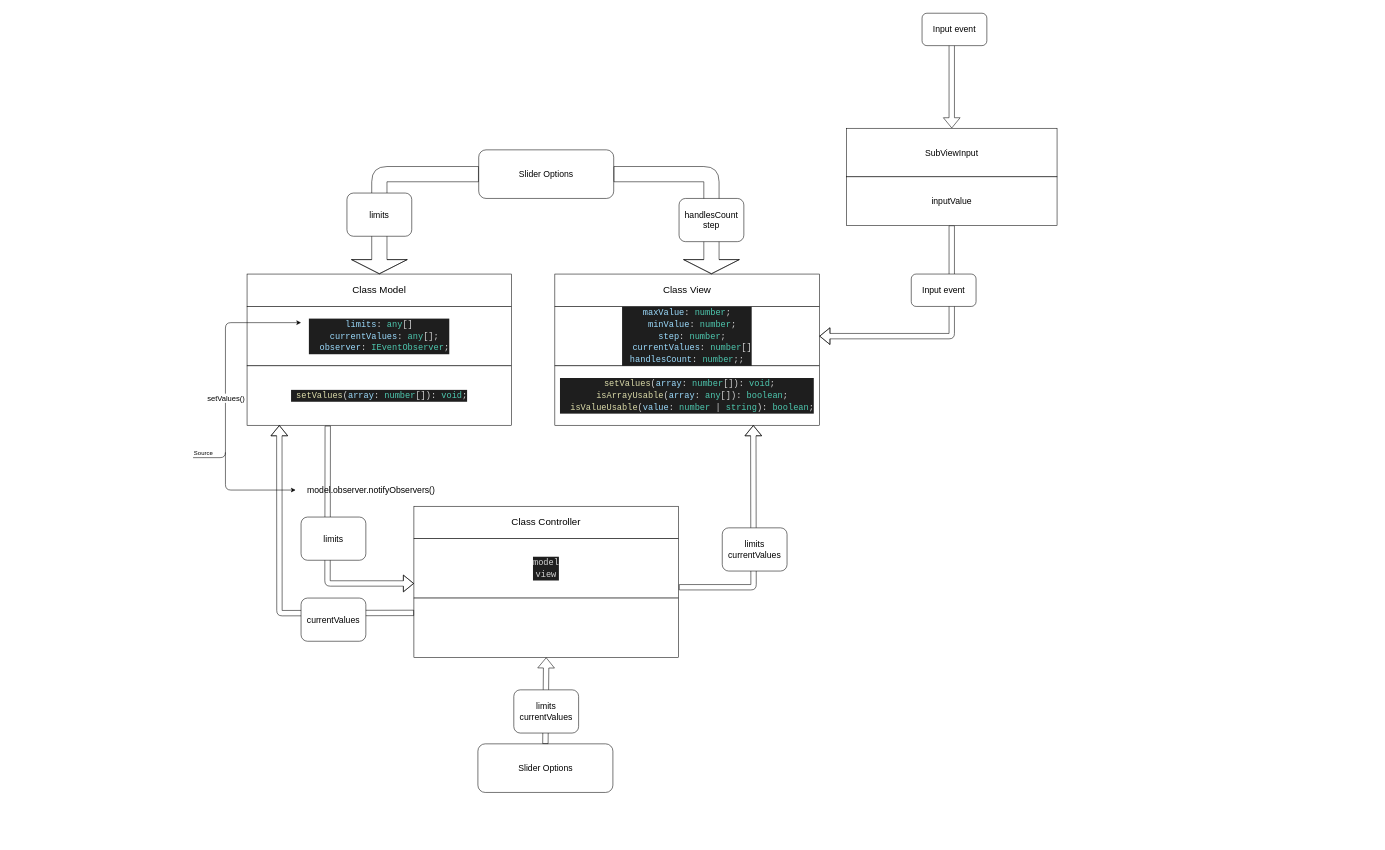
The draw.io diagram Untitled Diagram.drawio in yagavrin/toxin, before the edit. Source tidied: cells renumbered, new cells numbered last; positions are measured from the earlier drawing's top-left corner, leaving out a move shared by most shapes. Both pictures are drawn from the tidied source at 54%, with x=0, y=0 at pixel (193, 13).
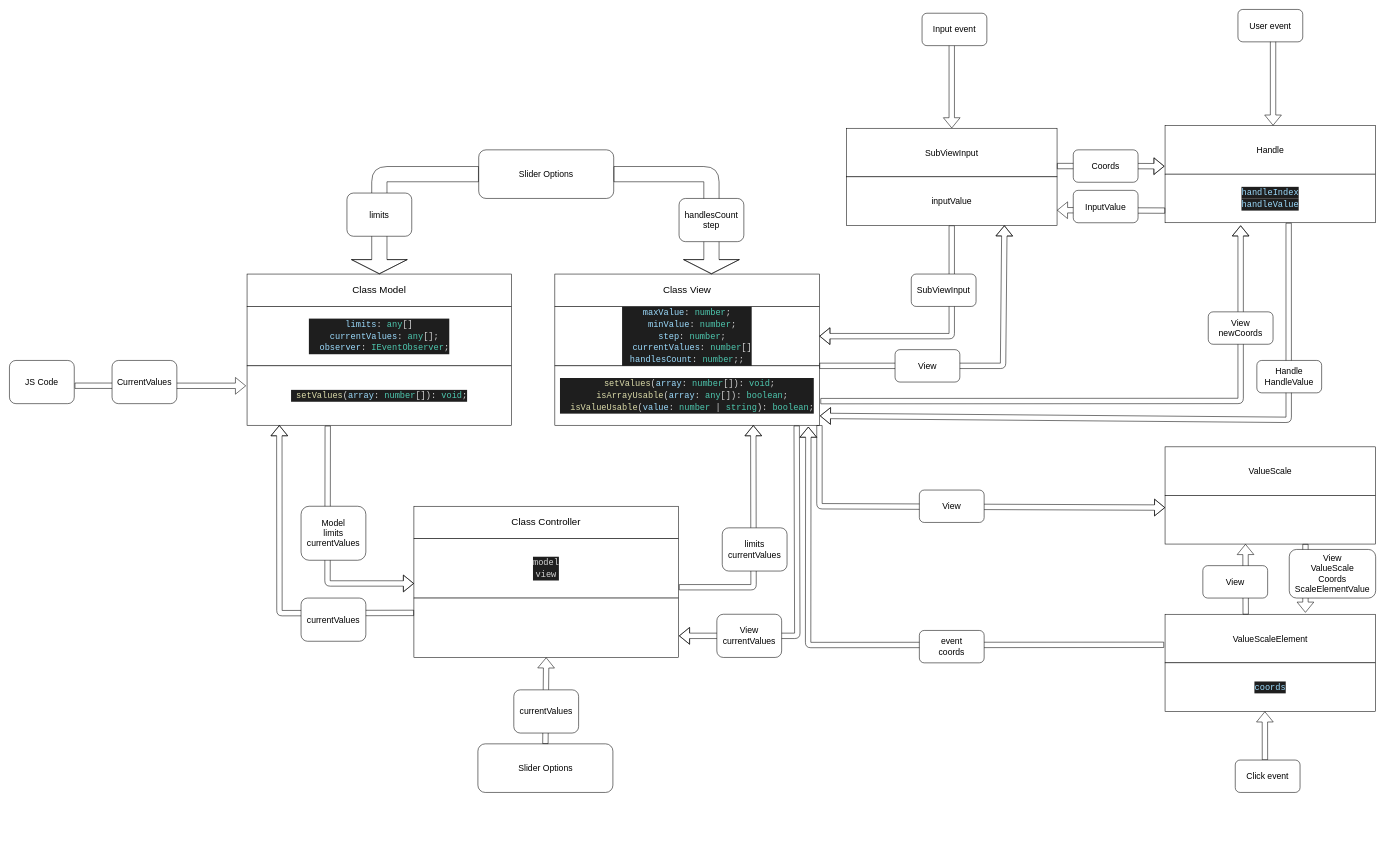
Above is the later version.

Commit message:
Update UML diagram

The change refers to these unchanged cells:
```xml
<mxCell id="2" style="group;" parent="1" vertex="1">
  <mxGeometry x="100" y="483" width="490" height="280" as="geometry" />
</mxCell>
<mxCell id="14" value="&lt;div style=&quot;color: rgb(212 , 212 , 212) ; background-color: rgb(30 , 30 , 30) ; font-family: &amp;#34;consolas&amp;#34; , &amp;#34;courier new&amp;#34; , monospace ; font-size: 16px ; line-height: 22px&quot;&gt;&lt;div&gt;&amp;nbsp;&lt;span style=&quot;color: #dcdcaa&quot;&gt;setValues&lt;/span&gt;(&lt;span style=&quot;color: #9cdcfe&quot;&gt;array&lt;/span&gt;:&amp;nbsp;&lt;span style=&quot;color: #4ec9b0&quot;&gt;number&lt;/span&gt;[]):&amp;nbsp;&lt;span style=&quot;color: #4ec9b0&quot;&gt;void&lt;/span&gt;;&lt;/div&gt;&lt;div&gt;&amp;nbsp;&amp;nbsp;&lt;span style=&quot;color: #dcdcaa&quot;&gt;isArrayUsable&lt;/span&gt;(&lt;span style=&quot;color: #9cdcfe&quot;&gt;array&lt;/span&gt;:&amp;nbsp;&lt;span style=&quot;color: #4ec9b0&quot;&gt;any&lt;/span&gt;[]):&amp;nbsp;&lt;span style=&quot;color: #4ec9b0&quot;&gt;boolean&lt;/span&gt;;&lt;/div&gt;&lt;div&gt;&amp;nbsp;&amp;nbsp;&lt;span style=&quot;color: #dcdcaa&quot;&gt;isValueUsable&lt;/span&gt;(&lt;span style=&quot;color: #9cdcfe&quot;&gt;value&lt;/span&gt;:&amp;nbsp;&lt;span style=&quot;color: #4ec9b0&quot;&gt;number&lt;/span&gt;&amp;nbsp;|&amp;nbsp;&lt;span style=&quot;color: #4ec9b0&quot;&gt;string&lt;/span&gt;):&amp;nbsp;&lt;span style=&quot;color: #4ec9b0&quot;&gt;boolean&lt;/span&gt;;&lt;/div&gt;&lt;/div&gt;" style="rounded=0;whiteSpace=wrap;html=1;" parent="11" vertex="1">
  <mxGeometry y="170" width="490" height="110" as="geometry" />
</mxCell>
<mxCell id="39" value="inputValue" style="rounded=0;whiteSpace=wrap;html=1;fontSize=16;" parent="37" vertex="1">
  <mxGeometry y="90" width="390" height="90" as="geometry" />
</mxCell>
```

The edit, as a diff of the source:
```diff
@@
-    <mxCell id="6" style="endArrow=classic;html=1;" parent="2" edge="1">
-      <mxGeometry relative="1" as="geometry">
-        <mxPoint x="-100" y="340" as="sourcePoint" />
-        <mxPoint x="100" y="90" as="targetPoint" />
-        <Array as="points">
-          <mxPoint x="-40" y="340" />
-          <mxPoint x="-40" y="90" />
-        </Array>
-      </mxGeometry>
-    </mxCell>
-    <mxCell id="7" value="setValues()" style="edgeLabel;html=1;align=center;verticalAlign=middle;fontSize=14;" parent="6" vertex="1">
-      <mxGeometry relative="1" as="geometry">
-        <mxPoint y="54.7" as="offset" />
-      </mxGeometry>
-    </mxCell>
-    <mxCell id="8" value="Source" style="edgeLabel;html=1;align=left;verticalAlign=bottom;" parent="6" vertex="1">
-      <mxGeometry x="-1" relative="1" as="geometry" />
-    </mxCell>
-    <mxCell id="9" style="endArrow=classic;html=1;fontSize=14;" parent="1" edge="1">
-      <mxGeometry relative="1" as="geometry">
-        <mxPoint x="60" y="813" as="sourcePoint" />
-        <mxPoint x="190" y="883" as="targetPoint" />
-        <Array as="points">
-          <mxPoint x="60" y="883" />
-        </Array>
-      </mxGeometry>
-    </mxCell>
-    <mxCell id="10" value="model.observer.notifyObservers()" style="text;html=1;strokeColor=none;fillColor=none;align=center;verticalAlign=middle;whiteSpace=wrap;rounded=0;fontSize=16;" parent="1" vertex="1">
-      <mxGeometry x="200" y="873" width="260" height="20" as="geometry" />
-    </mxCell>
@@
-    <mxCell id="27" value="limits&lt;br&gt;currentValues" style="rounded=1;whiteSpace=wrap;html=1;fontSize=16;" parent="1" vertex="1">
+    <mxCell id="27" value="currentValues" style="rounded=1;whiteSpace=wrap;html=1;fontSize=16;" parent="1" vertex="1">
       <mxGeometry x="594" y="1253" width="120" height="80" as="geometry" />
     </mxCell>
@@
-    <mxCell id="29" value="limits" style="rounded=1;whiteSpace=wrap;html=1;fontSize=16;" parent="1" vertex="1">
-      <mxGeometry x="200" y="933" width="120" height="80" as="geometry" />
+    <mxCell id="29" value="Model&lt;br&gt;limits&lt;br&gt;currentValues" style="rounded=1;whiteSpace=wrap;html=1;fontSize=16;" parent="1" vertex="1">
+      <mxGeometry x="200" y="913" width="120" height="100" as="geometry" />
     </mxCell>
@@
-    <mxCell id="40" value="Input event" style="rounded=1;whiteSpace=wrap;html=1;fontSize=16;" parent="1" vertex="1">
+    <mxCell id="40" value="SubViewInput" style="rounded=1;whiteSpace=wrap;html=1;fontSize=16;" parent="1" vertex="1">
       <mxGeometry x="1330" y="483" width="120" height="60" as="geometry" />
     </mxCell>
+    <mxCell id="41" style="shape=flexArrow;endArrow=classic;html=1;exitX=1;exitY=0;exitDx=0;exitDy=0;entryX=0.75;entryY=1;entryDx=0;entryDy=0;" parent="1" edge="1" source="14" target="39">
+      <mxGeometry relative="1" as="geometry">
+        <Array as="points">
+          <mxPoint x="1500" y="653" />
+        </Array>
+      </mxGeometry>
+    </mxCell>
+    <mxCell id="42" value="View" style="rounded=1;whiteSpace=wrap;html=1;fontSize=16;" parent="1" vertex="1">
+      <mxGeometry x="1300" y="623" width="120" height="60" as="geometry" />
+    </mxCell>
+    <mxCell id="43" style="group;" parent="1" vertex="1">
+      <mxGeometry x="1800" y="208" width="390" height="180" as="geometry" />
+    </mxCell>
+    <mxCell id="44" value="Handle" style="rounded=0;whiteSpace=wrap;html=1;fontSize=16;" parent="43" vertex="1">
+      <mxGeometry width="390" height="90" as="geometry" />
+    </mxCell>
+    <mxCell id="45" value="&lt;div style=&quot;color: rgb(212 , 212 , 212) ; background-color: rgb(30 , 30 , 30) ; font-family: &amp;#34;consolas&amp;#34; , &amp;#34;courier new&amp;#34; , monospace ; line-height: 22px&quot;&gt;&lt;span style=&quot;color: #9cdcfe&quot;&gt;handleIndex&lt;/span&gt;&lt;/div&gt;&lt;div style=&quot;color: rgb(212 , 212 , 212) ; background-color: rgb(30 , 30 , 30) ; font-family: &amp;#34;consolas&amp;#34; , &amp;#34;courier new&amp;#34; , monospace ; line-height: 22px&quot;&gt;&lt;div style=&quot;font-family: &amp;#34;consolas&amp;#34; , &amp;#34;courier new&amp;#34; , monospace ; line-height: 22px&quot;&gt;&lt;span style=&quot;color: #9cdcfe&quot;&gt;handleValue&lt;/span&gt;&lt;/div&gt;&lt;/div&gt;" style="rounded=0;whiteSpace=wrap;html=1;fontSize=16;" parent="43" vertex="1">
+      <mxGeometry y="90" width="390" height="90" as="geometry" />
+    </mxCell>
+    <mxCell id="46" style="shape=flexArrow;endArrow=classic;html=1;entryX=-0.003;entryY=0.837;entryDx=0;entryDy=0;entryPerimeter=0;" parent="1" edge="1" target="44">
+      <mxGeometry relative="1" as="geometry">
+        <mxPoint x="1600" y="283" as="sourcePoint" />
+        <Array as="points">
+          <mxPoint x="1720" y="283" />
+        </Array>
+      </mxGeometry>
+    </mxCell>
+    <mxCell id="47" value="Coords" style="rounded=1;whiteSpace=wrap;html=1;fontSize=16;" parent="1" vertex="1">
+      <mxGeometry x="1630" y="253" width="120" height="60" as="geometry" />
+    </mxCell>
+    <mxCell id="48" style="shape=flexArrow;endArrow=classic;html=1;entryX=1;entryY=0.686;entryDx=0;entryDy=0;entryPerimeter=0;exitX=0;exitY=0.75;exitDx=0;exitDy=0;" parent="1" edge="1" source="45" target="39">
+      <mxGeometry relative="1" as="geometry" />
+    </mxCell>
+    <mxCell id="49" value="InputValue" style="rounded=1;whiteSpace=wrap;html=1;fontSize=16;" parent="1" vertex="1">
+      <mxGeometry x="1630" y="328" width="120" height="60" as="geometry" />
+    </mxCell>
+    <mxCell id="50" style="shape=flexArrow;endArrow=classic;html=1;exitX=1.004;exitY=0.594;exitDx=0;exitDy=0;exitPerimeter=0;" parent="1" edge="1" source="14">
+      <mxGeometry relative="1" as="geometry">
+        <mxPoint x="1940" y="393" as="targetPoint" />
+        <Array as="points">
+          <mxPoint x="1940" y="718" />
+        </Array>
+      </mxGeometry>
+    </mxCell>
+    <mxCell id="51" style="shape=flexArrow;endArrow=classic;html=1;entryX=1.002;entryY=0.842;entryDx=0;entryDy=0;entryPerimeter=0;exitX=0.587;exitY=1.004;exitDx=0;exitDy=0;exitPerimeter=0;" parent="1" edge="1" source="45" target="14">
+      <mxGeometry relative="1" as="geometry">
+        <Array as="points">
+          <mxPoint x="2029" y="753" />
+        </Array>
+      </mxGeometry>
+    </mxCell>
+    <mxCell id="52" value="Handle&lt;br&gt;HandleValue" style="rounded=1;whiteSpace=wrap;html=1;fontSize=16;" parent="1" vertex="1">
+      <mxGeometry x="1970" y="643" width="120" height="60" as="geometry" />
+    </mxCell>
+    <mxCell id="53" value="View&lt;br&gt;newCoords" style="rounded=1;whiteSpace=wrap;html=1;fontSize=16;" parent="1" vertex="1">
+      <mxGeometry x="1880" y="553" width="120" height="60" as="geometry" />
+    </mxCell>
+    <mxCell id="54" style="shape=flexArrow;endArrow=classic;html=1;fontSize=16;" parent="1" edge="1">
+      <mxGeometry relative="1" as="geometry">
+        <mxPoint x="2000" y="48" as="sourcePoint" />
+        <mxPoint x="2000" y="208" as="targetPoint" />
+      </mxGeometry>
+    </mxCell>
+    <mxCell id="55" value="User event" style="rounded=1;whiteSpace=wrap;html=1;fontSize=16;" parent="1" vertex="1">
+      <mxGeometry x="1935" y="-7" width="120" height="60" as="geometry" />
+    </mxCell>
+    <mxCell id="56" style="shape=flexArrow;endArrow=classic;html=1;exitX=0.914;exitY=1.007;exitDx=0;exitDy=0;exitPerimeter=0;" parent="1" edge="1" source="14">
+      <mxGeometry relative="1" as="geometry">
+        <mxPoint x="900" y="1153" as="targetPoint" />
+        <Array as="points">
+          <mxPoint x="1119" y="1153" />
+        </Array>
+      </mxGeometry>
+    </mxCell>
+    <mxCell id="57" value="View&lt;br&gt;currentValues" style="rounded=1;whiteSpace=wrap;html=1;fontSize=16;" parent="1" vertex="1">
+      <mxGeometry x="970" y="1113" width="120" height="80" as="geometry" />
+    </mxCell>
+    <mxCell id="58" style="group;" parent="1" vertex="1">
+      <mxGeometry x="1800" y="803" width="390" height="180" as="geometry" />
+    </mxCell>
+    <mxCell id="59" value="ValueScale" style="rounded=0;whiteSpace=wrap;html=1;fontSize=16;" parent="58" vertex="1">
+      <mxGeometry width="390" height="90" as="geometry" />
+    </mxCell>
+    <mxCell id="60" value="&lt;div style=&quot;color: rgb(212 , 212 , 212) ; background-color: rgb(30 , 30 , 30) ; font-family: &amp;#34;consolas&amp;#34; , &amp;#34;courier new&amp;#34; , monospace ; line-height: 22px&quot;&gt;&lt;br&gt;&lt;/div&gt;" style="rounded=0;whiteSpace=wrap;html=1;fontSize=16;" parent="58" vertex="1">
+      <mxGeometry y="90" width="390" height="90" as="geometry" />
+    </mxCell>
+    <mxCell id="61" style="shape=flexArrow;endArrow=classic;html=1;entryX=0;entryY=0.25;entryDx=0;entryDy=0;exitX=1;exitY=1;exitDx=0;exitDy=0;" parent="1" edge="1" source="14" target="60">
+      <mxGeometry relative="1" as="geometry">
+        <Array as="points">
+          <mxPoint x="1160" y="913" />
+        </Array>
+      </mxGeometry>
+    </mxCell>
+    <mxCell id="62" value="View" style="rounded=1;whiteSpace=wrap;html=1;fontSize=16;" parent="1" vertex="1">
+      <mxGeometry x="1345" y="883" width="120" height="60" as="geometry" />
+    </mxCell>
+    <mxCell id="63" style="group;" parent="1" vertex="1">
+      <mxGeometry x="1800" y="1113" width="390" height="180" as="geometry" />
+    </mxCell>
+    <mxCell id="64" value="ValueScaleElement" style="rounded=0;whiteSpace=wrap;html=1;fontSize=16;" parent="63" vertex="1">
+      <mxGeometry width="390" height="90" as="geometry" />
+    </mxCell>
+    <mxCell id="65" value="&lt;div style=&quot;background-color: rgb(30 , 30 , 30) ; font-family: &amp;#34;consolas&amp;#34; , &amp;#34;courier new&amp;#34; , monospace ; line-height: 22px&quot;&gt;&lt;font color=&quot;#9cdcfe&quot;&gt;coords&lt;/font&gt;&lt;/div&gt;" style="rounded=0;whiteSpace=wrap;html=1;fontSize=16;" parent="63" vertex="1">
+      <mxGeometry y="90" width="390" height="90" as="geometry" />
+    </mxCell>
+    <mxCell id="66" style="shape=flexArrow;endArrow=classic;html=1;exitX=0.383;exitY=0.004;exitDx=0;exitDy=0;exitPerimeter=0;entryX=0.382;entryY=1;entryDx=0;entryDy=0;entryPerimeter=0;" parent="1" edge="1" source="64" target="60">
+      <mxGeometry relative="1" as="geometry" />
+    </mxCell>
+    <mxCell id="67" style="shape=flexArrow;endArrow=classic;html=1;" parent="1" edge="1">
+      <mxGeometry relative="1" as="geometry">
+        <mxPoint x="2060" y="983" as="sourcePoint" />
+        <mxPoint x="2060" y="1110" as="targetPoint" />
+      </mxGeometry>
+    </mxCell>
+    <mxCell id="68" value="View" style="rounded=1;whiteSpace=wrap;html=1;fontSize=16;" parent="1" vertex="1">
+      <mxGeometry x="1870" y="1023" width="120" height="60" as="geometry" />
+    </mxCell>
+    <mxCell id="69" value="View&lt;br&gt;ValueScale&lt;br&gt;Coords&lt;br&gt;ScaleElementValue" style="rounded=1;whiteSpace=wrap;html=1;fontSize=16;" parent="1" vertex="1">
+      <mxGeometry x="2030" y="993" width="160" height="90" as="geometry" />
+    </mxCell>
+    <mxCell id="70" style="shape=flexArrow;endArrow=classic;html=1;entryX=0.474;entryY=1;entryDx=0;entryDy=0;entryPerimeter=0;" parent="1" edge="1" target="65">
+      <mxGeometry relative="1" as="geometry">
+        <mxPoint x="1985" y="1383" as="sourcePoint" />
+      </mxGeometry>
+    </mxCell>
+    <mxCell id="71" value="Click event" style="rounded=1;whiteSpace=wrap;html=1;fontSize=16;" parent="1" vertex="1">
+      <mxGeometry x="1930" y="1383" width="120" height="60" as="geometry" />
+    </mxCell>
+    <mxCell id="72" style="shape=flexArrow;endArrow=classic;html=1;exitX=-0.005;exitY=0.629;exitDx=0;exitDy=0;exitPerimeter=0;entryX=0.958;entryY=1.025;entryDx=0;entryDy=0;entryPerimeter=0;" parent="1" edge="1" source="64" target="14">
+      <mxGeometry relative="1" as="geometry">
+        <Array as="points">
+          <mxPoint x="1139" y="1170" />
+        </Array>
+      </mxGeometry>
+    </mxCell>
+    <mxCell id="73" value="event&lt;br&gt;coords" style="rounded=1;whiteSpace=wrap;html=1;fontSize=16;" parent="1" vertex="1">
+      <mxGeometry x="1345" y="1143" width="120" height="60" as="geometry" />
+    </mxCell>
+    <mxCell id="74" style="shape=flexArrow;endArrow=classic;html=1;exitX=1.007;exitY=0.585;exitDx=0;exitDy=0;exitPerimeter=0;" parent="1" edge="1" source="75">
+      <mxGeometry relative="1" as="geometry">
+        <mxPoint x="98" y="690" as="targetPoint" />
+      </mxGeometry>
+    </mxCell>
+    <mxCell id="75" value="JS Code" style="rounded=1;whiteSpace=wrap;html=1;fontSize=16;" parent="1" vertex="1">
+      <mxGeometry x="-340" y="643" width="120" height="80" as="geometry" />
+    </mxCell>
+    <mxCell id="76" value="CurrentValues" style="rounded=1;whiteSpace=wrap;html=1;fontSize=16;" parent="1" vertex="1">
+      <mxGeometry x="-150" y="643" width="120" height="80" as="geometry" />
+    </mxCell>
```
